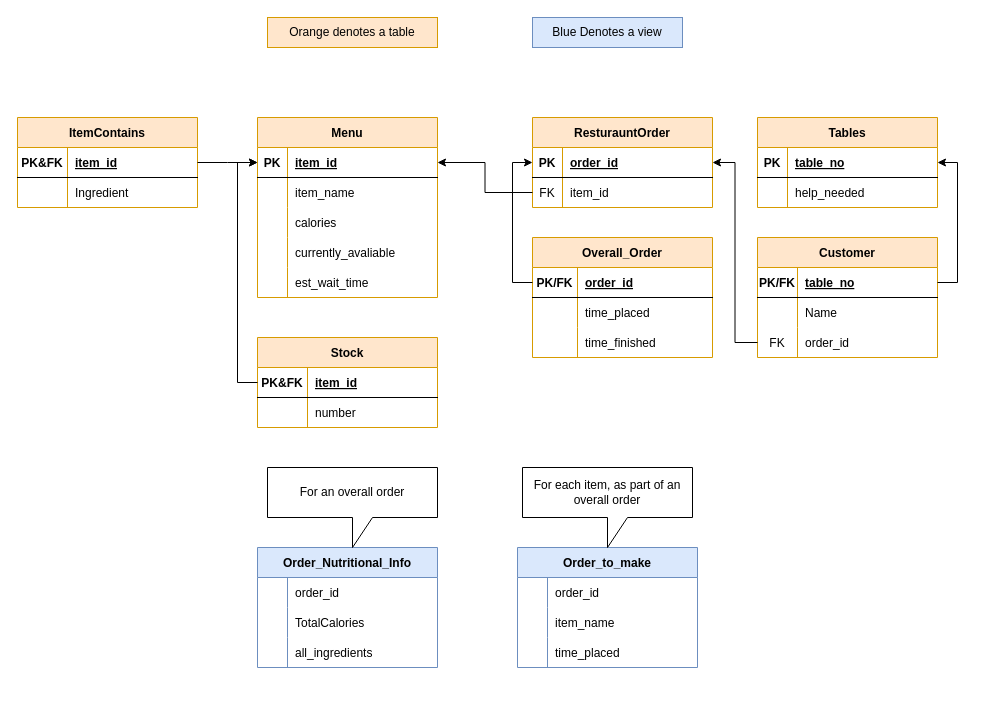
mattyblackout/cs2815-project keeps this draw.io diagram as SQLDatabase/Diagrams/DrawIOSchema.drawio. Above is the earlier version. Source tidied: cells renumbered, new cells numbered last; positions are measured from the earlier drawing's top-left corner, leaving out a move shared by most shapes. Both pictures are drawn from the tidied source at 100%, with x=0, y=0 at pixel (17, 17).
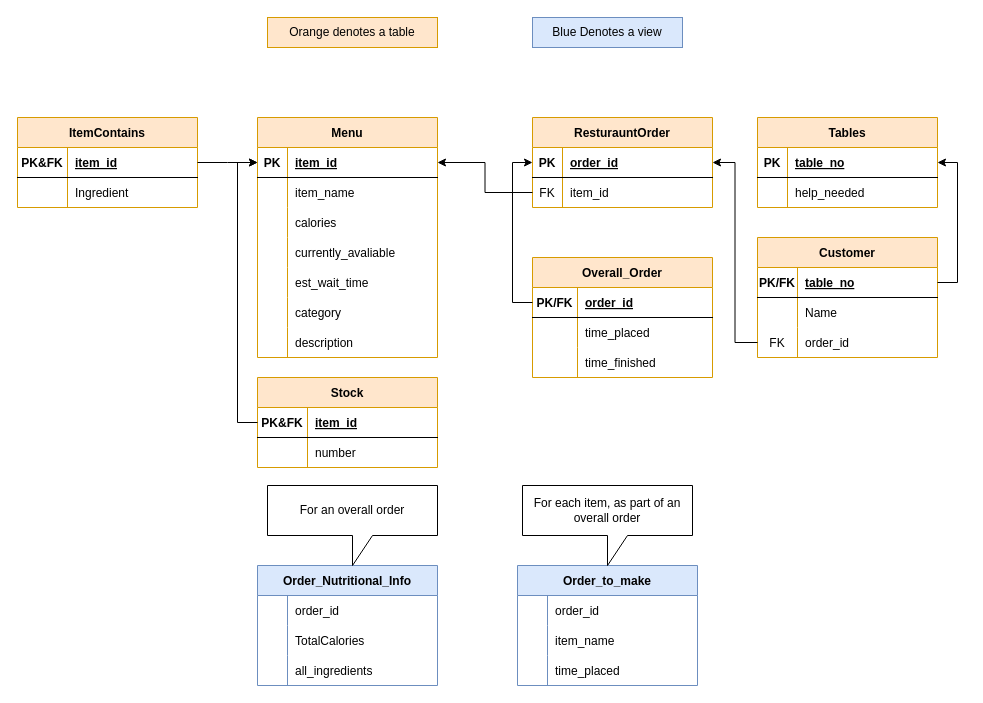
The same page after the edit.

Commit message (it also covers changes not shown here):
Added category and description attributed to a menu item

Change to the diagram source:
```diff
@@
     <mxCell id="2" value="Menu" style="shape=table;startSize=30;childLayout=tableLayout;rowLines=0;fontStyle=1;align=center;fillColor=#ffe6cc;strokeColor=#d79b00;" parent="1" vertex="1">
-      <mxGeometry x="240" y="100" width="180" height="180" as="geometry" />
+      <mxGeometry x="240" y="100" width="180" height="240" as="geometry" />
     </mxCell>
@@
+    <mxCell id="96" style="shape=tableRow;horizontal=0;startSize=0;swimlaneHead=0;swimlaneBody=0;fillColor=none;top=0;left=0;right=0;bottom=0;" parent="2" vertex="1">
+      <mxGeometry y="180" width="180" height="30" as="geometry" />
+    </mxCell>
+    <mxCell id="97" style="shape=partialRectangle;fillColor=none;top=0;left=0;bottom=0;right=0;overflow=hidden;" parent="96" vertex="1">
+      <mxGeometry width="30" height="30" as="geometry" />
+    </mxCell>
+    <mxCell id="98" value="category" style="shape=partialRectangle;fillColor=none;top=0;left=0;bottom=0;right=0;align=left;spacingLeft=6;overflow=hidden;" parent="96" vertex="1">
+      <mxGeometry x="30" width="150" height="30" as="geometry" />
+    </mxCell>
+    <mxCell id="99" style="shape=tableRow;horizontal=0;startSize=0;swimlaneHead=0;swimlaneBody=0;fillColor=none;top=0;left=0;right=0;bottom=0;" parent="2" vertex="1">
+      <mxGeometry y="210" width="180" height="30" as="geometry" />
+    </mxCell>
+    <mxCell id="100" style="shape=partialRectangle;fillColor=none;top=0;left=0;bottom=0;right=0;overflow=hidden;" parent="99" vertex="1">
+      <mxGeometry width="30" height="30" as="geometry" />
+    </mxCell>
+    <mxCell id="101" value="description" style="shape=partialRectangle;fillColor=none;top=0;left=0;bottom=0;right=0;align=left;spacingLeft=6;overflow=hidden;" parent="99" vertex="1">
+      <mxGeometry x="30" width="150" height="30" as="geometry" />
+    </mxCell>
     <mxCell id="18" value="Stock" style="shape=table;startSize=30;childLayout=tableLayout;rowLines=0;fontStyle=1;align=center;fillColor=#ffe6cc;strokeColor=#d79b00;" parent="1" vertex="1">
-      <mxGeometry x="240" y="320" width="180" height="90" as="geometry" />
+      <mxGeometry x="240" y="360" width="180" height="90" as="geometry" />
     </mxCell>
@@
     <mxCell id="32" value="Overall_Order" style="shape=table;startSize=30;childLayout=tableLayout;rowLines=0;fontStyle=1;align=center;fillColor=#ffe6cc;strokeColor=#d79b00;" parent="1" vertex="1">
-      <mxGeometry x="515" y="220" width="180" height="120" as="geometry" />
+      <mxGeometry x="515" y="240" width="180" height="120" as="geometry" />
     </mxCell>
@@
     <mxCell id="46" value="Order_Nutritional_Info" style="shape=table;startSize=30;childLayout=tableLayout;rowLines=0;fontStyle=1;align=center;fillColor=#dae8fc;strokeColor=#6c8ebf;" parent="1" vertex="1">
-      <mxGeometry x="240" y="530" width="180" height="120" as="geometry" />
+      <mxGeometry x="240" y="548" width="180" height="120" as="geometry" />
     </mxCell>
@@
     <mxCell id="57" value="Order_to_make" style="shape=table;startSize=30;childLayout=tableLayout;rowLines=0;fontStyle=1;align=center;fillColor=#dae8fc;strokeColor=#6c8ebf;" parent="1" vertex="1">
-      <mxGeometry x="500" y="530" width="180" height="120" as="geometry" />
+      <mxGeometry x="500" y="548" width="180" height="120" as="geometry" />
     </mxCell>
@@
     <mxCell id="86" value="For an overall order" style="shape=callout;whiteSpace=wrap;html=1;perimeter=calloutPerimeter;" parent="1" vertex="1">
-      <mxGeometry x="250" y="450" width="170" height="80" as="geometry" />
+      <mxGeometry x="250" y="468" width="170" height="80" as="geometry" />
     </mxCell>
     <mxCell id="87" value="For each item, as part of an overall order" style="shape=callout;whiteSpace=wrap;html=1;perimeter=calloutPerimeter;" parent="1" vertex="1">
-      <mxGeometry x="505" y="450" width="170" height="80" as="geometry" />
+      <mxGeometry x="505" y="468" width="170" height="80" as="geometry" />
     </mxCell>
```
